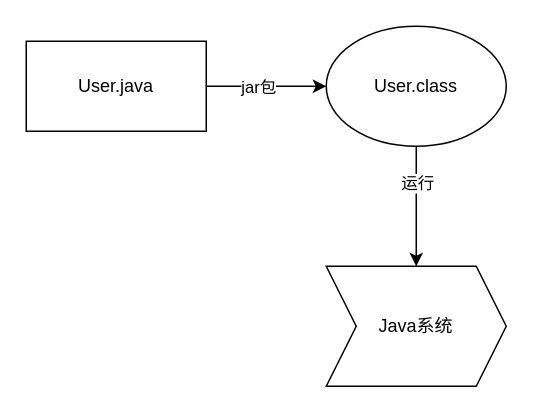
Above: jvm/java字节码的生成.drawio in chakawelkin/flowchart (draw.io), before the change. Source tidied: cells renumbered, new cells numbered last; positions are measured from the earlier drawing's top-left corner, leaving out a move shared by most shapes. Both pictures are drawn from the tidied source at 150%, with x=0, y=0 at pixel (26, 26).
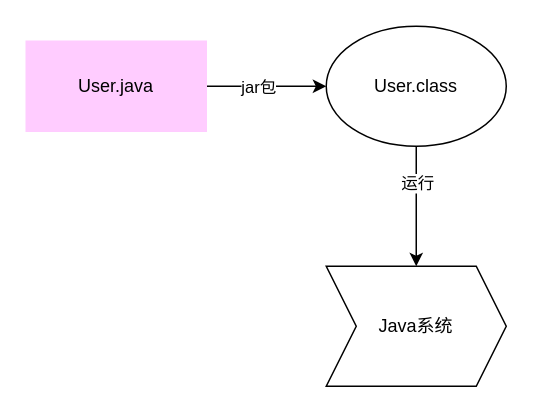
After the change.

Commit message (it also covers changes not shown here):
Update java字节码的生成.drawio

Diff of the diagram source:
```diff
@@
 <mxGraphModel>
   <root>
     <mxCell id="0" />
     <mxCell id="1" parent="0" />
     <mxCell id="2" style="edgeStyle=orthogonalEdgeStyle;rounded=0;jettySize=auto;html=1;" parent="1" edge="1" source="4" target="7">
       <mxGeometry relative="1" as="geometry" />
     </mxCell>
     <mxCell id="3" value="jar包" style="edgeLabel;html=1;align=center;verticalAlign=middle;" parent="2" vertex="1">
       <mxGeometry x="-0.15" relative="1" as="geometry" />
     </mxCell>
-    <mxCell id="4" value="User.java" style="rounded=0;whiteSpace=wrap;html=1;" parent="1" vertex="1">
+    <mxCell id="4" value="User.java" style="rounded=0;whiteSpace=wrap;html=1;strokeColor=#FFCCFF;fillColor=#FFCCFF;" parent="1" vertex="1">
       <mxGeometry y="10" width="120" height="60" as="geometry" />
     </mxCell>
     <mxCell id="5" style="edgeStyle=orthogonalEdgeStyle;rounded=0;jettySize=auto;html=1;" parent="1" edge="1" source="7" target="8">
       <mxGeometry relative="1" as="geometry" />
     </mxCell>
     <mxCell id="6" value="运行" style="edgeLabel;html=1;align=center;verticalAlign=middle;" parent="5" vertex="1">
       <mxGeometry x="-0.4" relative="1" as="geometry" />
     </mxCell>
     <mxCell id="7" value="User.class" style="ellipse;whiteSpace=wrap;html=1;rounded=0;" parent="1" vertex="1">
       <mxGeometry x="200" width="120" height="80" as="geometry" />
     </mxCell>
     <mxCell id="8" value="Java系统" style="shape=step;perimeter=stepPerimeter;whiteSpace=wrap;html=1;fixedSize=1;rounded=0;" parent="1" vertex="1">
       <mxGeometry x="200" y="160" width="120" height="80" as="geometry" />
     </mxCell>
   </root>
 </mxGraphModel>
```
